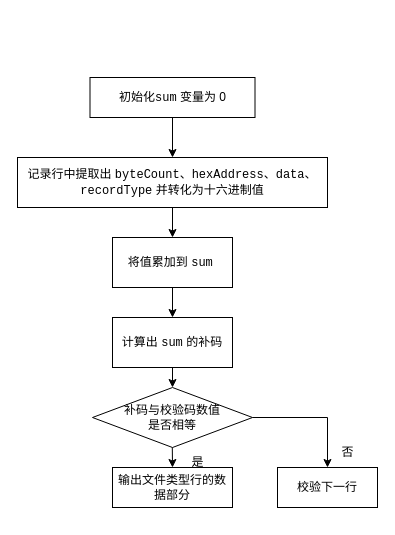
This is checksum.drawio from CAIQIUJI/picture, a draw.io file, before an edit. Source tidied: cells renumbered, new cells numbered last; positions are measured from the earlier drawing's top-left corner, leaving out a move shared by most shapes. Both pictures are drawn from the tidied source at 100%, with x=0, y=0 at pixel (17, 77).
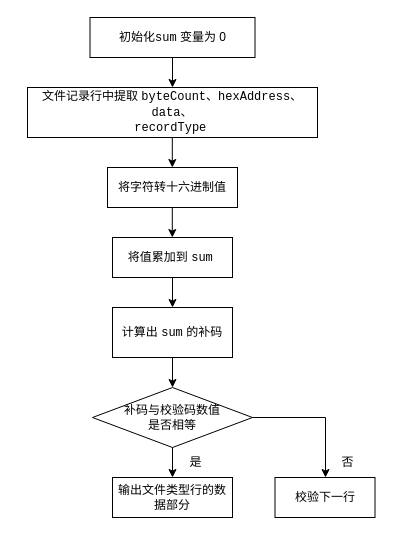
The same page after the edit.

The change refers to these unchanged cells:
```xml
<mxCell id="8" value="补码与校验码数值&lt;br&gt;是否相等" style="rhombus;whiteSpace=wrap;html=1;" parent="1" vertex="1">
  <mxGeometry x="75" y="310" width="160" height="60" as="geometry" />
</mxCell>
```

The edit, as a diff of the source:
```diff
@@
-    <mxCell id="2" value="记录行中提取出&amp;nbsp;&lt;code style=&quot;border-color: var(--border-color); text-align: left;&quot;&gt;byteCount&lt;/code&gt;&lt;span style=&quot;text-align: left;&quot;&gt;、&lt;/span&gt;&lt;code style=&quot;border-color: var(--border-color); text-align: left;&quot;&gt;hexAddress、&lt;code style=&quot;border-color: var(--border-color);&quot;&gt;data、&lt;/code&gt;&lt;br&gt;&lt;/code&gt;&lt;code style=&quot;border-color: var(--border-color); text-align: left;&quot;&gt;recordType&lt;/code&gt;&lt;span style=&quot;text-align: left;&quot;&gt;&amp;nbsp;并转化为十六进制值&lt;/span&gt;" style="rounded=0;whiteSpace=wrap;html=1;" parent="1" vertex="1">
-      <mxGeometry y="80" width="310" height="50" as="geometry" />
+    <mxCell id="2" value="文件记录行中提取&amp;nbsp;&lt;code style=&quot;border-color: var(--border-color); text-align: left;&quot;&gt;byteCount&lt;/code&gt;&lt;span style=&quot;text-align: left;&quot;&gt;、&lt;/span&gt;&lt;code style=&quot;border-color: var(--border-color); text-align: left;&quot;&gt;hexAddress、&lt;code style=&quot;border-color: var(--border-color);&quot;&gt;data、&lt;/code&gt;&lt;br&gt;&lt;/code&gt;&lt;code style=&quot;border-color: var(--border-color); text-align: left;&quot;&gt;recordType&lt;/code&gt;&lt;span style=&quot;text-align: left;&quot;&gt;&amp;nbsp;&lt;/span&gt;" style="rounded=0;whiteSpace=wrap;html=1;" parent="1" vertex="1">
+      <mxGeometry x="10" y="10" width="290" height="50" as="geometry" />
     </mxCell>
     <mxCell id="3" value="将值累加到&amp;nbsp;&lt;code style=&quot;border-color: var(--border-color); text-align: left;&quot;&gt;sum&lt;/code&gt;&lt;span style=&quot;text-align: left;&quot;&gt;&amp;nbsp;&lt;/span&gt;" style="rounded=0;whiteSpace=wrap;html=1;" parent="1" vertex="1">
-      <mxGeometry x="95" y="160" width="120" height="50" as="geometry" />
+      <mxGeometry x="95" y="160" width="120" height="40" as="geometry" />
     </mxCell>
     <mxCell id="4" value="初始化&lt;code style=&quot;border-color: var(--border-color); text-align: left;&quot;&gt;sum&lt;/code&gt;&lt;span style=&quot;border-color: var(--border-color); text-align: left;&quot;&gt;&lt;span style=&quot;border-color: var(--border-color);&quot;&gt;&amp;nbsp;&lt;/span&gt;变量为 0&lt;/span&gt;" style="rounded=0;whiteSpace=wrap;html=1;" parent="1" vertex="1">
-      <mxGeometry x="72.5" width="165" height="40" as="geometry" />
+      <mxGeometry x="72.5" y="-60" width="165" height="40" as="geometry" />
     </mxCell>
@@
-    <mxCell id="6" style="endArrow=classic;html=1;rounded=0;exitX=0.5;exitY=1;exitDx=0;exitDy=0;entryX=0.5;entryY=0;entryDx=0;entryDy=0;" parent="1" edge="1" source="2" target="3">
-      <mxGeometry relative="1" as="geometry" />
-    </mxCell>
@@
-    <mxCell id="9" style="endArrow=classic;html=1;rounded=0;exitX=0.5;exitY=1;exitDx=0;exitDy=0;entryX=0.5;entryY=0;entryDx=0;entryDy=0;" parent="1" edge="1" target="8">
-      <mxGeometry relative="1" as="geometry">
-        <mxPoint x="155" y="290" as="sourcePoint" />
-      </mxGeometry>
+    <mxCell id="9" style="endArrow=classic;html=1;rounded=0;exitX=0.5;exitY=1;exitDx=0;exitDy=0;entryX=0.5;entryY=0;entryDx=0;entryDy=0;" parent="1" edge="1" source="10" target="8">
+      <mxGeometry relative="1" as="geometry" />
     </mxCell>
     <mxCell id="10" value="计算出 &lt;code&gt;sum&lt;/code&gt; 的补码" style="rounded=0;whiteSpace=wrap;html=1;" parent="1" vertex="1">
-      <mxGeometry x="95" y="240" width="120" height="50" as="geometry" />
+      <mxGeometry x="95" y="230" width="120" height="50" as="geometry" />
     </mxCell>
     <mxCell id="11" value="输出文件类型行的数据部分" style="rounded=0;whiteSpace=wrap;html=1;" parent="1" vertex="1">
-      <mxGeometry x="95" y="390" width="120" height="40" as="geometry" />
+      <mxGeometry x="95" y="400" width="120" height="40" as="geometry" />
     </mxCell>
-    <mxCell id="12" style="endArrow=classic;html=1;rounded=0;exitX=0.5;exitY=1;exitDx=0;exitDy=0;" parent="1" edge="1">
+    <mxCell id="12" style="endArrow=classic;html=1;rounded=0;exitX=0.5;exitY=1;exitDx=0;exitDy=0;" parent="1" edge="1" source="8">
       <mxGeometry relative="1" as="geometry">
-        <mxPoint x="154.8" y="370" as="sourcePoint" />
-        <mxPoint x="155" y="390" as="targetPoint" />
+        <mxPoint x="155" y="400" as="targetPoint" />
       </mxGeometry>
     </mxCell>
     <mxCell id="13" value="是" style="text;html=1;align=center;verticalAlign=middle;strokeColor=none;fillColor=none;" parent="1" vertex="1">
-      <mxGeometry x="160" y="370" width="40" height="30" as="geometry" />
+      <mxGeometry x="157.5" y="370" width="40" height="30" as="geometry" />
     </mxCell>
     <mxCell id="14" style="endArrow=classic;html=1;rounded=0;exitX=1;exitY=0.5;exitDx=0;exitDy=0;" parent="1" edge="1" source="8">
       <mxGeometry relative="1" as="geometry">
-        <mxPoint x="310" y="390" as="targetPoint" />
+        <mxPoint x="308" y="400" as="targetPoint" />
         <Array as="points">
-          <mxPoint x="310" y="340" />
+          <mxPoint x="308" y="340" />
         </Array>
       </mxGeometry>
     </mxCell>
     <mxCell id="15" value="否" style="text;html=1;align=center;verticalAlign=middle;strokeColor=none;fillColor=none;" parent="1" vertex="1">
-      <mxGeometry x="310" y="360" width="40" height="30" as="geometry" />
+      <mxGeometry x="310" y="370" width="40" height="30" as="geometry" />
     </mxCell>
     <mxCell id="16" value="校验下一行" style="rounded=0;whiteSpace=wrap;html=1;" parent="1" vertex="1">
-      <mxGeometry x="260" y="390" width="100" height="40" as="geometry" />
+      <mxGeometry x="257.5" y="400" width="100" height="40" as="geometry" />
     </mxCell>
+    <mxCell id="17" value="将字符转十六进制值" style="rounded=0;whiteSpace=wrap;html=1;" parent="1" vertex="1">
+      <mxGeometry x="90" y="90" width="130" height="40" as="geometry" />
+    </mxCell>
+    <mxCell id="18" style="endArrow=classic;html=1;rounded=0;exitX=0.5;exitY=1;exitDx=0;exitDy=0;" parent="1" edge="1">
+      <mxGeometry relative="1" as="geometry">
+        <mxPoint x="154.8" y="60" as="sourcePoint" />
+        <mxPoint x="154.8" y="90" as="targetPoint" />
+      </mxGeometry>
+    </mxCell>
+    <mxCell id="19" style="endArrow=classic;html=1;rounded=0;exitX=0.5;exitY=1;exitDx=0;exitDy=0;" parent="1" edge="1">
+      <mxGeometry relative="1" as="geometry">
+        <mxPoint x="154.8" y="130" as="sourcePoint" />
+        <mxPoint x="154.8" y="160" as="targetPoint" />
+      </mxGeometry>
+    </mxCell>
```
